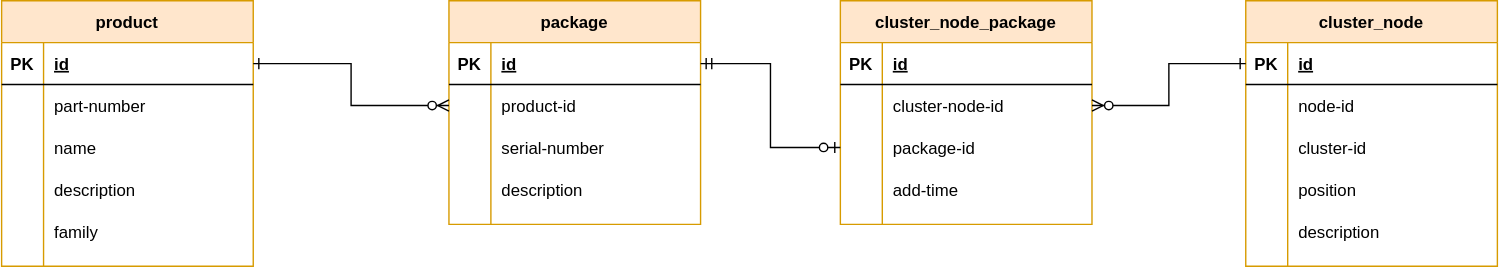
Before: documents/schemas/product.svg, a diagram exported from draw.io (our-fancy-team-name/office-space). Source tidied: cells renumbered, new cells last; positions are measured from the earlier drawing's top-left corner, leaving out a move shared by most shapes. Its diagram source:
```xml
<mxGraphModel>
  <root>
    <mxCell id="0" />
    <mxCell id="1" parent="0" />
    <mxCell id="2" value="product" style="shape=table;startSize=30;rowLines=0;fontStyle=1;align=center;fillColor=#ffe6cc;strokeColor=#d79b00;" parent="1" vertex="1">
      <mxGeometry width="180" height="190" as="geometry" />
    </mxCell>
    <mxCell id="3" style="shape=partialRectangle;fillColor=none;top=0;left=0;bottom=1;right=0;points=[[0,0.5],[1,0.5]];portConstraint=eastwest;" parent="2" vertex="1">
      <mxGeometry y="30" width="180" height="30" as="geometry" />
    </mxCell>
    <mxCell id="4" value="PK" style="shape=partialRectangle;fillColor=none;top=0;left=0;bottom=0;right=0;fontStyle=1;overflow=hidden;" parent="3" vertex="1">
      <mxGeometry width="30" height="30" as="geometry" />
    </mxCell>
    <mxCell id="5" value="id" style="shape=partialRectangle;fillColor=none;top=0;left=0;bottom=0;right=0;align=left;spacingLeft=6;fontStyle=5;overflow=hidden;" parent="3" vertex="1">
      <mxGeometry x="30" width="150" height="30" as="geometry" />
    </mxCell>
    <mxCell id="6" style="shape=partialRectangle;fillColor=none;top=0;left=0;bottom=0;right=0;" parent="2" vertex="1">
      <mxGeometry y="60" width="180" height="30" as="geometry" />
    </mxCell>
    <mxCell id="7" style="shape=partialRectangle;fillColor=none;top=0;left=0;bottom=0;right=0;overflow=hidden;" parent="6" vertex="1">
      <mxGeometry width="30" height="30" as="geometry" />
    </mxCell>
    <mxCell id="8" value="part-number" style="shape=partialRectangle;fillColor=none;top=0;left=0;bottom=0;right=0;align=left;spacingLeft=6;overflow=hidden;" parent="6" vertex="1">
      <mxGeometry x="30" width="150" height="30" as="geometry" />
    </mxCell>
    <mxCell id="9" style="shape=partialRectangle;fillColor=none;top=0;left=0;bottom=0;right=0;" parent="2" vertex="1">
      <mxGeometry y="90" width="180" height="30" as="geometry" />
    </mxCell>
    <mxCell id="10" style="shape=partialRectangle;fillColor=none;top=0;left=0;bottom=0;right=0;overflow=hidden;" parent="9" vertex="1">
      <mxGeometry width="30" height="30" as="geometry" />
    </mxCell>
    <mxCell id="11" value="name" style="shape=partialRectangle;fillColor=none;top=0;left=0;bottom=0;right=0;align=left;spacingLeft=6;overflow=hidden;" parent="9" vertex="1">
      <mxGeometry x="30" width="150" height="30" as="geometry" />
    </mxCell>
    <mxCell id="12" style="shape=partialRectangle;fillColor=none;top=0;left=0;bottom=0;right=0;" parent="2" vertex="1">
      <mxGeometry y="120" width="180" height="30" as="geometry" />
    </mxCell>
    <mxCell id="13" style="shape=partialRectangle;fillColor=none;top=0;left=0;bottom=0;right=0;overflow=hidden;" parent="12" vertex="1">
      <mxGeometry width="30" height="30" as="geometry" />
    </mxCell>
    <mxCell id="14" value="description" style="shape=partialRectangle;fillColor=none;top=0;left=0;bottom=0;right=0;align=left;spacingLeft=6;overflow=hidden;" parent="12" vertex="1">
      <mxGeometry x="30" width="150" height="30" as="geometry" />
    </mxCell>
    <mxCell id="15" style="shape=partialRectangle;fillColor=none;top=0;left=0;bottom=0;right=0;" parent="2" vertex="1">
      <mxGeometry y="150" width="180" height="30" as="geometry" />
    </mxCell>
    <mxCell id="16" style="shape=partialRectangle;fillColor=none;top=0;left=0;bottom=0;right=0;overflow=hidden;" parent="15" vertex="1">
      <mxGeometry width="30" height="30" as="geometry" />
    </mxCell>
    <mxCell id="17" value="family" style="shape=partialRectangle;fillColor=none;top=0;left=0;bottom=0;right=0;align=left;spacingLeft=6;overflow=hidden;" parent="15" vertex="1">
      <mxGeometry x="30" width="150" height="30" as="geometry" />
    </mxCell>
    <mxCell id="18" value="package" style="shape=table;startSize=30;rowLines=0;fontStyle=1;align=center;fillColor=#ffe6cc;strokeColor=#d79b00;" parent="1" vertex="1">
      <mxGeometry x="320" width="180" height="160" as="geometry" />
    </mxCell>
    <mxCell id="19" style="shape=partialRectangle;fillColor=none;top=0;left=0;bottom=1;right=0;points=[[0,0.5],[1,0.5]];portConstraint=eastwest;" parent="18" vertex="1">
      <mxGeometry y="30" width="180" height="30" as="geometry" />
    </mxCell>
    <mxCell id="20" value="PK" style="shape=partialRectangle;fillColor=none;top=0;left=0;bottom=0;right=0;fontStyle=1;overflow=hidden;" parent="19" vertex="1">
      <mxGeometry width="30" height="30" as="geometry" />
    </mxCell>
    <mxCell id="21" value="id" style="shape=partialRectangle;fillColor=none;top=0;left=0;bottom=0;right=0;align=left;spacingLeft=6;fontStyle=5;overflow=hidden;" parent="19" vertex="1">
      <mxGeometry x="30" width="150" height="30" as="geometry" />
    </mxCell>
    <mxCell id="22" style="shape=partialRectangle;fillColor=none;top=0;left=0;bottom=0;right=0;points=[[0,0.5],[1,0.5]];portConstraint=eastwest;" parent="18" vertex="1">
      <mxGeometry y="60" width="180" height="30" as="geometry" />
    </mxCell>
    <mxCell id="23" style="shape=partialRectangle;fillColor=none;top=0;left=0;bottom=0;right=0;overflow=hidden;" parent="22" vertex="1">
      <mxGeometry width="30" height="30" as="geometry" />
    </mxCell>
    <mxCell id="24" value="product-id" style="shape=partialRectangle;fillColor=none;top=0;left=0;bottom=0;right=0;align=left;spacingLeft=6;overflow=hidden;" parent="22" vertex="1">
      <mxGeometry x="30" width="150" height="30" as="geometry" />
    </mxCell>
    <mxCell id="25" style="shape=partialRectangle;fillColor=none;top=0;left=0;bottom=0;right=0;" parent="18" vertex="1">
      <mxGeometry y="90" width="180" height="30" as="geometry" />
    </mxCell>
    <mxCell id="26" style="shape=partialRectangle;fillColor=none;top=0;left=0;bottom=0;right=0;overflow=hidden;" parent="25" vertex="1">
      <mxGeometry width="30" height="30" as="geometry" />
    </mxCell>
    <mxCell id="27" value="serial-number" style="shape=partialRectangle;fillColor=none;top=0;left=0;bottom=0;right=0;align=left;spacingLeft=6;overflow=hidden;" parent="25" vertex="1">
      <mxGeometry x="30" width="150" height="30" as="geometry" />
    </mxCell>
    <mxCell id="28" style="shape=partialRectangle;fillColor=none;top=0;left=0;bottom=0;right=0;" parent="18" vertex="1">
      <mxGeometry y="120" width="180" height="30" as="geometry" />
    </mxCell>
    <mxCell id="29" style="shape=partialRectangle;fillColor=none;top=0;left=0;bottom=0;right=0;overflow=hidden;" parent="28" vertex="1">
      <mxGeometry width="30" height="30" as="geometry" />
    </mxCell>
    <mxCell id="30" value="description" style="shape=partialRectangle;fillColor=none;top=0;left=0;bottom=0;right=0;align=left;spacingLeft=6;overflow=hidden;" parent="28" vertex="1">
      <mxGeometry x="30" width="150" height="30" as="geometry" />
    </mxCell>
    <mxCell id="31" style="edgeStyle=orthogonalEdgeStyle;rounded=0;jettySize=auto;html=1;startArrow=ERone;startFill=0;endArrow=ERzeroToMany;endFill=1;" parent="1" edge="1" source="3" target="22">
      <mxGeometry relative="1" as="geometry" />
    </mxCell>
    <mxCell id="32" value="cluster_node" style="shape=table;startSize=30;rowLines=0;fontStyle=1;align=center;fillColor=#ffe6cc;strokeColor=#d79b00;" parent="1" vertex="1">
      <mxGeometry x="890" width="180" height="190" as="geometry" />
    </mxCell>
    <mxCell id="33" style="shape=partialRectangle;fillColor=none;top=0;left=0;bottom=1;right=0;points=[[0,0.5],[1,0.5]];portConstraint=eastwest;" parent="32" vertex="1">
      <mxGeometry y="30" width="180" height="30" as="geometry" />
    </mxCell>
    <mxCell id="34" value="PK" style="shape=partialRectangle;fillColor=none;top=0;left=0;bottom=0;right=0;fontStyle=1;overflow=hidden;" parent="33" vertex="1">
      <mxGeometry width="30" height="30" as="geometry" />
    </mxCell>
    <mxCell id="35" value="id" style="shape=partialRectangle;fillColor=none;top=0;left=0;bottom=0;right=0;align=left;spacingLeft=6;fontStyle=5;overflow=hidden;" parent="33" vertex="1">
      <mxGeometry x="30" width="150" height="30" as="geometry" />
    </mxCell>
    <mxCell id="36" style="shape=partialRectangle;fillColor=none;top=0;left=0;bottom=0;right=0;" parent="32" vertex="1">
      <mxGeometry y="60" width="180" height="30" as="geometry" />
    </mxCell>
    <mxCell id="37" style="shape=partialRectangle;fillColor=none;top=0;left=0;bottom=0;right=0;overflow=hidden;" parent="36" vertex="1">
      <mxGeometry width="30" height="30" as="geometry" />
    </mxCell>
    <mxCell id="38" value="node-id" style="shape=partialRectangle;fillColor=none;top=0;left=0;bottom=0;right=0;align=left;spacingLeft=6;overflow=hidden;" parent="36" vertex="1">
      <mxGeometry x="30" width="150" height="30" as="geometry" />
    </mxCell>
    <mxCell id="39" style="shape=partialRectangle;fillColor=none;top=0;left=0;bottom=0;right=0;" parent="32" vertex="1">
      <mxGeometry y="90" width="180" height="30" as="geometry" />
    </mxCell>
    <mxCell id="40" style="shape=partialRectangle;fillColor=none;top=0;left=0;bottom=0;right=0;overflow=hidden;" parent="39" vertex="1">
      <mxGeometry width="30" height="30" as="geometry" />
    </mxCell>
    <mxCell id="41" value="cluster-id" style="shape=partialRectangle;fillColor=none;top=0;left=0;bottom=0;right=0;align=left;spacingLeft=6;overflow=hidden;" parent="39" vertex="1">
      <mxGeometry x="30" width="150" height="30" as="geometry" />
    </mxCell>
    <mxCell id="42" style="shape=partialRectangle;fillColor=none;top=0;left=0;bottom=0;right=0;" parent="32" vertex="1">
      <mxGeometry y="120" width="180" height="30" as="geometry" />
    </mxCell>
    <mxCell id="43" style="shape=partialRectangle;fillColor=none;top=0;left=0;bottom=0;right=0;overflow=hidden;" parent="42" vertex="1">
      <mxGeometry width="30" height="30" as="geometry" />
    </mxCell>
    <mxCell id="44" value="position" style="shape=partialRectangle;fillColor=none;top=0;left=0;bottom=0;right=0;align=left;spacingLeft=6;overflow=hidden;" parent="42" vertex="1">
      <mxGeometry x="30" width="150" height="30" as="geometry" />
    </mxCell>
    <mxCell id="45" style="shape=partialRectangle;fillColor=none;top=0;left=0;bottom=0;right=0;" parent="32" vertex="1">
      <mxGeometry y="150" width="180" height="30" as="geometry" />
    </mxCell>
    <mxCell id="46" style="shape=partialRectangle;fillColor=none;top=0;left=0;bottom=0;right=0;overflow=hidden;" parent="45" vertex="1">
      <mxGeometry width="30" height="30" as="geometry" />
    </mxCell>
    <mxCell id="47" value="description" style="shape=partialRectangle;fillColor=none;top=0;left=0;bottom=0;right=0;align=left;spacingLeft=6;overflow=hidden;" parent="45" vertex="1">
      <mxGeometry x="30" width="150" height="30" as="geometry" />
    </mxCell>
    <mxCell id="48" value="cluster_node_package" style="shape=table;startSize=30;rowLines=0;fontStyle=1;align=center;fillColor=#ffe6cc;strokeColor=#d79b00;" parent="1" vertex="1">
      <mxGeometry x="600" width="180" height="160" as="geometry" />
    </mxCell>
    <mxCell id="49" style="shape=partialRectangle;fillColor=none;top=0;left=0;bottom=1;right=0;" parent="48" vertex="1">
      <mxGeometry y="30" width="180" height="30" as="geometry" />
    </mxCell>
    <mxCell id="50" value="PK" style="shape=partialRectangle;fillColor=none;top=0;left=0;bottom=0;right=0;fontStyle=1;overflow=hidden;" parent="49" vertex="1">
      <mxGeometry width="30" height="30" as="geometry" />
    </mxCell>
    <mxCell id="51" value="id" style="shape=partialRectangle;fillColor=none;top=0;left=0;bottom=0;right=0;align=left;spacingLeft=6;fontStyle=5;overflow=hidden;" parent="49" vertex="1">
      <mxGeometry x="30" width="150" height="30" as="geometry" />
    </mxCell>
    <mxCell id="52" style="shape=partialRectangle;fillColor=none;top=0;left=0;bottom=0;right=0;points=[[0,0.5],[1,0.5]];portConstraint=eastwest;" parent="48" vertex="1">
      <mxGeometry y="60" width="180" height="30" as="geometry" />
    </mxCell>
    <mxCell id="53" style="shape=partialRectangle;fillColor=none;top=0;left=0;bottom=0;right=0;overflow=hidden;" parent="52" vertex="1">
      <mxGeometry width="30" height="30" as="geometry" />
    </mxCell>
    <mxCell id="54" value="cluster-node-id" style="shape=partialRectangle;fillColor=none;top=0;left=0;bottom=0;right=0;align=left;spacingLeft=6;overflow=hidden;" parent="52" vertex="1">
      <mxGeometry x="30" width="150" height="30" as="geometry" />
    </mxCell>
    <mxCell id="55" style="shape=partialRectangle;fillColor=none;top=0;left=0;bottom=0;right=0;points=[[0,0.5],[1,0.5]];portConstraint=eastwest;" parent="48" vertex="1">
      <mxGeometry y="90" width="180" height="30" as="geometry" />
    </mxCell>
    <mxCell id="56" style="shape=partialRectangle;fillColor=none;top=0;left=0;bottom=0;right=0;overflow=hidden;" parent="55" vertex="1">
      <mxGeometry width="30" height="30" as="geometry" />
    </mxCell>
    <mxCell id="57" value="package-id" style="shape=partialRectangle;fillColor=none;top=0;left=0;bottom=0;right=0;align=left;spacingLeft=6;overflow=hidden;" parent="55" vertex="1">
      <mxGeometry x="30" width="150" height="30" as="geometry" />
    </mxCell>
    <mxCell id="58" style="shape=partialRectangle;fillColor=none;top=0;left=0;bottom=0;right=0;" parent="48" vertex="1">
      <mxGeometry y="120" width="180" height="30" as="geometry" />
    </mxCell>
    <mxCell id="59" style="shape=partialRectangle;fillColor=none;top=0;left=0;bottom=0;right=0;overflow=hidden;" parent="58" vertex="1">
      <mxGeometry width="30" height="30" as="geometry" />
    </mxCell>
    <mxCell id="60" value="add-time" style="shape=partialRectangle;fillColor=none;top=0;left=0;bottom=0;right=0;align=left;spacingLeft=6;overflow=hidden;" parent="58" vertex="1">
      <mxGeometry x="30" width="150" height="30" as="geometry" />
    </mxCell>
    <mxCell id="61" style="edgeStyle=orthogonalEdgeStyle;rounded=0;jettySize=auto;html=1;entryX=1;entryY=0.5;entryDx=0;entryDy=0;startArrow=ERone;startFill=0;endArrow=ERzeroToMany;endFill=1;" parent="1" edge="1" source="33" target="52">
      <mxGeometry relative="1" as="geometry" />
    </mxCell>
    <mxCell id="62" style="edgeStyle=orthogonalEdgeStyle;rounded=0;jettySize=auto;html=1;entryX=0;entryY=0.5;entryDx=0;entryDy=0;startArrow=ERmandOne;startFill=0;endArrow=ERzeroToOne;endFill=1;" parent="1" edge="1" source="19" target="55">
      <mxGeometry relative="1" as="geometry" />
    </mxCell>
  </root>
</mxGraphModel>
```
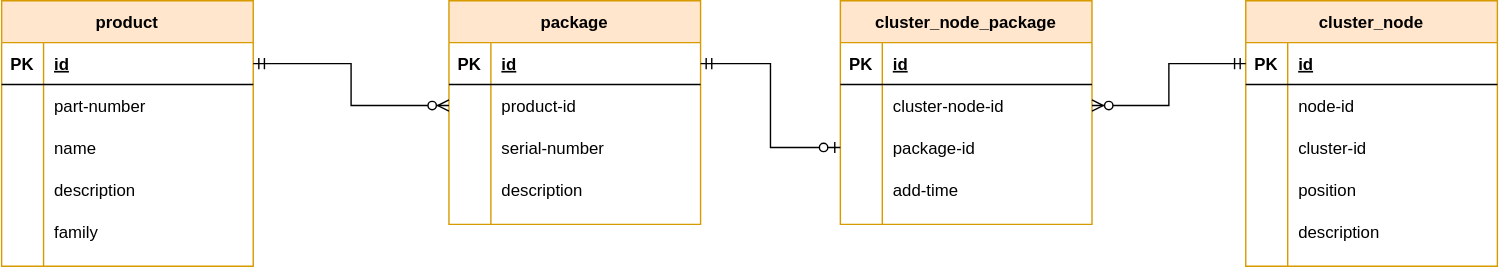
The same file after the commit.

Change to the diagram source:
```diff
@@ -89,7 +89,7 @@
     <mxCell id="30" value="description" style="shape=partialRectangle;fillColor=none;top=0;left=0;bottom=0;right=0;align=left;spacingLeft=6;overflow=hidden;" parent="28" vertex="1">
       <mxGeometry x="30" width="150" height="30" as="geometry" />
     </mxCell>
-    <mxCell id="31" style="edgeStyle=orthogonalEdgeStyle;rounded=0;jettySize=auto;html=1;startArrow=ERone;startFill=0;endArrow=ERzeroToMany;endFill=1;" parent="1" edge="1" source="3" target="22">
+    <mxCell id="31" style="edgeStyle=orthogonalEdgeStyle;rounded=0;jettySize=auto;html=1;startArrow=ERmandOne;startFill=0;endArrow=ERzeroToMany;endFill=1;" parent="1" edge="1" source="3" target="22">
       <mxGeometry relative="1" as="geometry" />
     </mxCell>
     <mxCell id="32" value="cluster_node" style="shape=table;startSize=30;rowLines=0;fontStyle=1;align=center;fillColor=#ffe6cc;strokeColor=#d79b00;" parent="1" vertex="1">
@@ -179,7 +179,7 @@
     <mxCell id="60" value="add-time" style="shape=partialRectangle;fillColor=none;top=0;left=0;bottom=0;right=0;align=left;spacingLeft=6;overflow=hidden;" parent="58" vertex="1">
       <mxGeometry x="30" width="150" height="30" as="geometry" />
     </mxCell>
-    <mxCell id="61" style="edgeStyle=orthogonalEdgeStyle;rounded=0;jettySize=auto;html=1;entryX=1;entryY=0.5;entryDx=0;entryDy=0;startArrow=ERone;startFill=0;endArrow=ERzeroToMany;endFill=1;" parent="1" edge="1" source="33" target="52">
+    <mxCell id="61" style="edgeStyle=orthogonalEdgeStyle;rounded=0;jettySize=auto;html=1;entryX=1;entryY=0.5;entryDx=0;entryDy=0;startArrow=ERmandOne;startFill=0;endArrow=ERzeroToMany;endFill=1;" parent="1" edge="1" source="33" target="52">
       <mxGeometry relative="1" as="geometry" />
     </mxCell>
     <mxCell id="62" style="edgeStyle=orthogonalEdgeStyle;rounded=0;jettySize=auto;html=1;entryX=0;entryY=0.5;entryDx=0;entryDy=0;startArrow=ERmandOne;startFill=0;endArrow=ERzeroToOne;endFill=1;" parent="1" edge="1" source="19" target="55">
```
